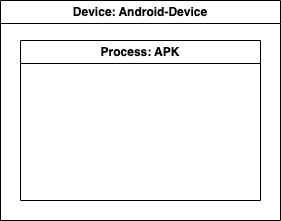
Earlier version of the draw.io export Projektmanagement/DeploymentView.png (Freaky2164/TowerDefense). Source tidied: cells renumbered, new cells last; positions are measured from the earlier drawing's top-left corner, leaving out a move shared by most shapes.
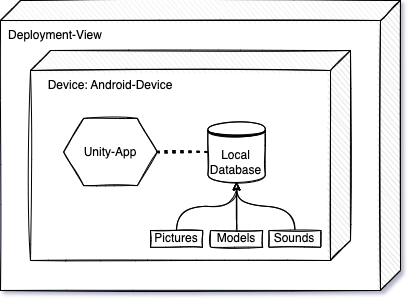
The same diagram one commit later.

Diff of the diagram source:
```diff
@@ -1,12 +1,45 @@
-<mxGraphModel>
+<mxGraphModel shadow="1">
   <root>
     <mxCell id="0" />
     <mxCell id="1" parent="0" />
+    <mxCell id="4" style="shape=cube;whiteSpace=wrap;html=1;boundedLbl=1;backgroundOutline=1;darkOpacity=0.05;darkOpacity2=0.1;flipH=1;sketch=1;rounded=0;" parent="1" vertex="1">
+      <mxGeometry x="-30" y="-70" width="400" height="290" as="geometry" />
+    </mxCell>
+    <mxCell id="5" value="Deployment-View" style="text;html=1;strokeColor=none;fillColor=none;align=center;verticalAlign=middle;whiteSpace=wrap;rounded=0;sketch=1;" parent="1" vertex="1">
+      <mxGeometry x="-30" y="-50" width="110" height="30" as="geometry" />
+    </mxCell>
+    <mxCell id="6" style="shape=cube;whiteSpace=wrap;html=1;boundedLbl=1;backgroundOutline=1;darkOpacity=0.05;darkOpacity2=0.1;flipH=1;sketch=1;rounded=0;" parent="1" vertex="1">
+      <mxGeometry y="-20" width="320" height="210" as="geometry" />
+    </mxCell>
-    <mxCell id="2" value="Device: Android-Device" style="swimlane;whiteSpace=wrap;html=1;" parent="1" vertex="1">
-      <mxGeometry width="280" height="220" as="geometry" />
+    <mxCell id="2" value="Device: Android-Device" style="text;html=1;strokeColor=none;fillColor=none;align=center;verticalAlign=middle;whiteSpace=wrap;rounded=0;sketch=1;" parent="1" vertex="1">
+      <mxGeometry width="160" height="30" as="geometry" />
     </mxCell>
-    <mxCell id="3" value="Process: APK" style="swimlane;whiteSpace=wrap;html=1;" parent="2" vertex="1">
-      <mxGeometry x="20" y="40" width="240" height="160" as="geometry" />
-    </mxCell>
+    <mxCell id="7" value="Local Database" style="shape=datastore;whiteSpace=wrap;html=1;sketch=1;rounded=0;" parent="1" vertex="1">
+      <mxGeometry x="177.4" y="51.4" width="57.3" height="60.2" as="geometry" />
+    </mxCell>
+    <mxCell id="8" style="edgeStyle=orthogonalEdgeStyle;rounded=0;jettySize=auto;html=1;exitX=0.5;exitY=0;exitDx=0;exitDy=0;entryX=0.5;entryY=1;entryDx=0;entryDy=0;sketch=1;curved=1;" parent="1" edge="1" source="9" target="7">
+      <mxGeometry relative="1" as="geometry" />
+    </mxCell>
+    <mxCell id="9" value="Sounds" style="rounded=0;whiteSpace=wrap;html=1;sketch=1;" parent="1" vertex="1">
+      <mxGeometry x="238.3" y="160" width="52.1" height="16.8" as="geometry" />
+    </mxCell>
+    <mxCell id="10" value="Unity-App" style="shape=hexagon;perimeter=hexagonPerimeter2;whiteSpace=wrap;html=1;fixedSize=1;sketch=1;rounded=0;" parent="1" vertex="1">
+      <mxGeometry x="33.1" y="47.9" width="93.7" height="67.2" as="geometry" />
+    </mxCell>
+    <mxCell id="11" style="edgeStyle=orthogonalEdgeStyle;rounded=0;jettySize=auto;html=1;exitX=0.5;exitY=0;exitDx=0;exitDy=0;entryX=0.5;entryY=1;entryDx=0;entryDy=0;sketch=1;curved=1;" parent="1" edge="1" source="12" target="7">
+      <mxGeometry relative="1" as="geometry" />
+    </mxCell>
+    <mxCell id="12" value="Pictures" style="rounded=0;whiteSpace=wrap;html=1;sketch=1;" parent="1" vertex="1">
+      <mxGeometry x="120" y="160" width="52.1" height="16.8" as="geometry" />
+    </mxCell>
+    <mxCell id="13" style="edgeStyle=orthogonalEdgeStyle;rounded=0;jettySize=auto;html=1;exitX=0.5;exitY=0;exitDx=0;exitDy=0;entryX=0.5;entryY=1;entryDx=0;entryDy=0;sketch=1;curved=1;" parent="1" edge="1" source="14" target="7">
+      <mxGeometry relative="1" as="geometry" />
+    </mxCell>
+    <mxCell id="14" value="Models" style="rounded=0;whiteSpace=wrap;html=1;sketch=1;" parent="1" vertex="1">
+      <mxGeometry x="180.1" y="160" width="52.1" height="16.8" as="geometry" />
+    </mxCell>
+    <mxCell id="15" style="endArrow=none;dashed=1;html=1;dashPattern=1 3;strokeWidth=2;rounded=0;exitX=1;exitY=0.5;exitDx=0;exitDy=0;entryX=0;entryY=0.5;entryDx=0;entryDy=0;sketch=1;curved=1;" parent="1" edge="1" source="10" target="7">
+      <mxGeometry relative="1" as="geometry" />
+    </mxCell>
   </root>
 </mxGraphModel>
```
